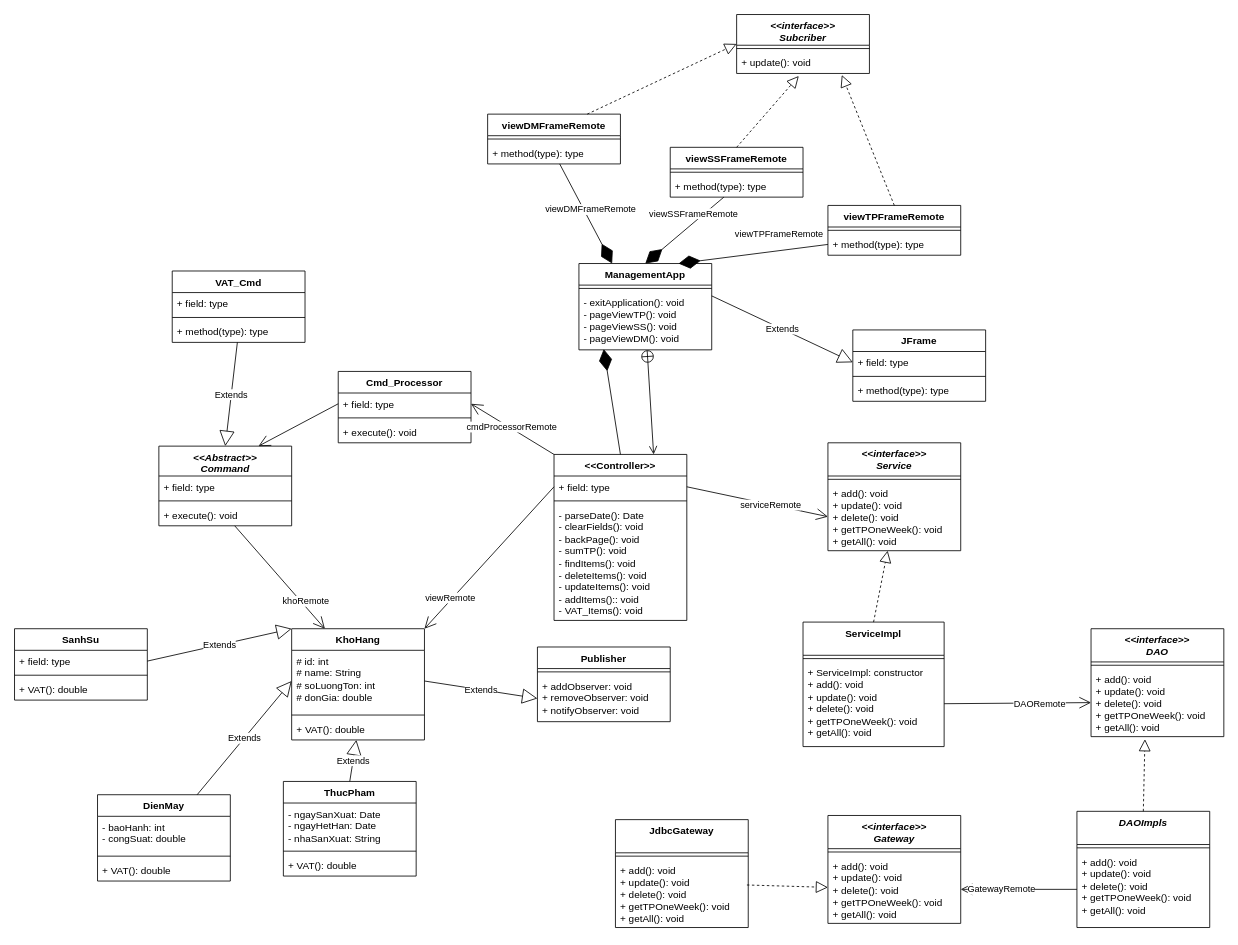
Before: page "AllGoods" (5 of 11) of Diagrams.drawio in TMChi3n/DesignPattern, a draw.io diagram. Source tidied: cells renumbered, new cells numbered last; positions are measured from the earlier drawing's top-left corner, leaving out a move shared by most shapes. Both pictures are drawn from the tidied source at 83%, with x=0, y=0 at pixel (14, 14).
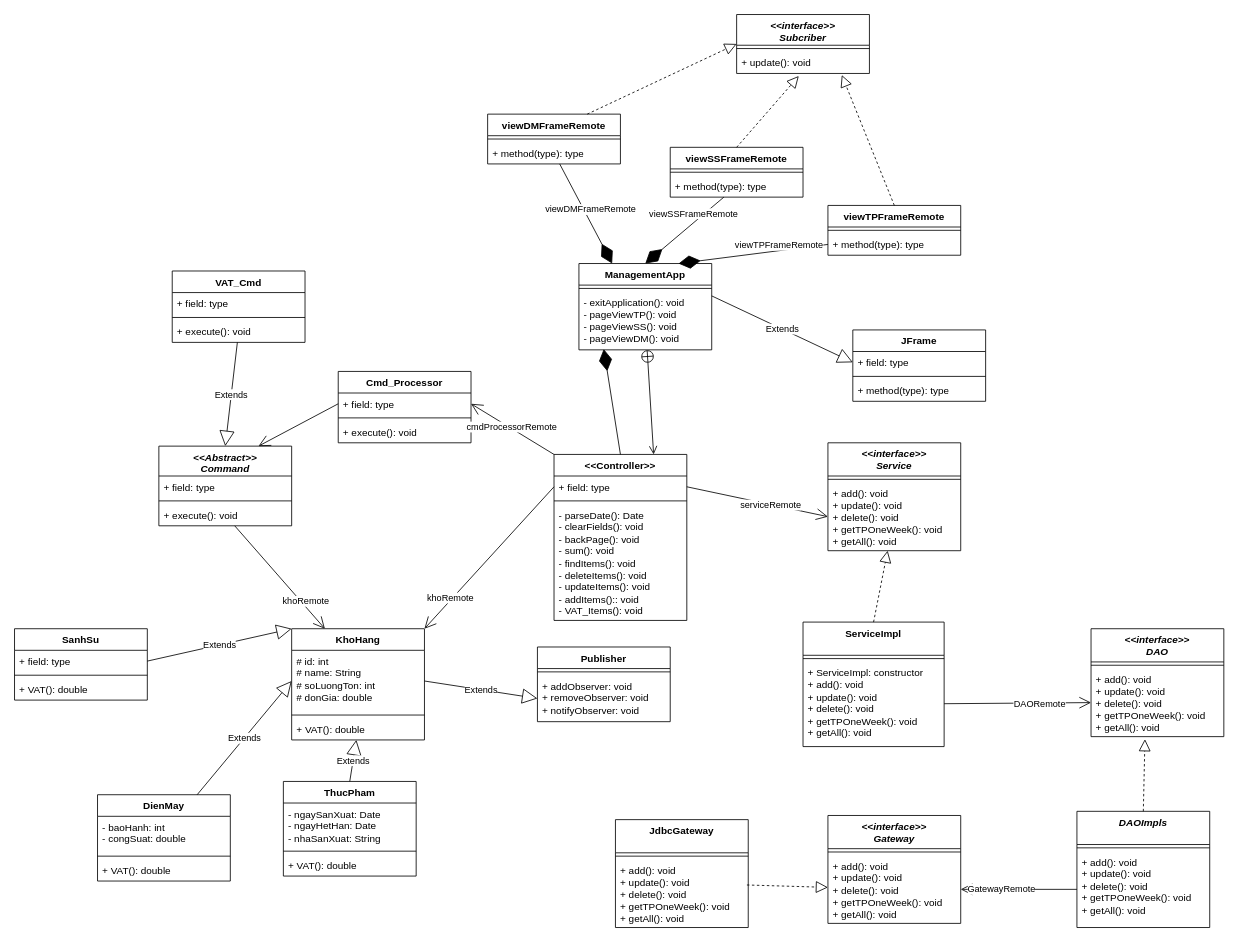
Above is the later version.

The change refers to these unchanged cells:
```xml
<mxCell id="9" value="&amp;lt;&amp;lt;Controller&amp;gt;&amp;gt;" style="swimlane;fontStyle=1;align=center;verticalAlign=top;horizontal=1;startSize=26;whiteSpace=wrap;html=1;" parent="1" vertex="1">
  <mxGeometry x="650" y="530" width="160" height="200" as="geometry" />
</mxCell>
<mxCell id="25" style="endArrow=diamondThin;endFill=1;endSize=24;html=1;rounded=0;entryX=0.75;entryY=0;entryDx=0;entryDy=0;exitX=0;exitY=0.5;exitDx=0;exitDy=0;" parent="1" edge="1" source="18" target="2">
  <mxGeometry relative="1" as="geometry" />
</mxCell>
<mxCell id="75" style="endArrow=open;endFill=1;endSize=12;html=1;rounded=0;entryX=1;entryY=0;entryDx=0;entryDy=0;exitX=0;exitY=0.5;exitDx=0;exitDy=0;" parent="1" edge="1" source="10" target="31">
  <mxGeometry relative="1" as="geometry" />
</mxCell>
<mxCell id="87" value="VAT_Cmd" style="swimlane;fontStyle=1;align=center;verticalAlign=top;horizontal=1;startSize=26;whiteSpace=wrap;html=1;" parent="1" vertex="1">
  <mxGeometry x="190" y="309" width="160" height="86" as="geometry" />
</mxCell>
```

Change to the diagram source:
```diff
@@
-    <mxCell id="12" value="- parseDate(): Date&lt;br style=&quot;border-color: var(--border-color); padding: 0px; margin: 0px;&quot;&gt;- clearFields(): void&lt;br style=&quot;border-color: var(--border-color); padding: 0px; margin: 0px;&quot;&gt;- backPage(): void&lt;br style=&quot;border-color: var(--border-color); padding: 0px; margin: 0px;&quot;&gt;- sumTP(): void&lt;br style=&quot;border-color: var(--border-color); padding: 0px; margin: 0px;&quot;&gt;- findItems(): void&lt;br style=&quot;border-color: var(--border-color); padding: 0px; margin: 0px;&quot;&gt;- deleteItems(): void&lt;br style=&quot;border-color: var(--border-color); padding: 0px; margin: 0px;&quot;&gt;- updateItems(): void&lt;br style=&quot;border-color: var(--border-color); padding: 0px; margin: 0px;&quot;&gt;- addItems():: void&lt;br style=&quot;border-color: var(--border-color); padding: 0px; margin: 0px;&quot;&gt;- VAT_Items(): void&lt;div style=&quot;border-color: var(--border-color); padding: 0px; margin: 0px;&quot;&gt;&lt;br style=&quot;border-color: var(--border-color); padding: 0px; margin: 0px;&quot;&gt;&lt;/div&gt;" style="text;strokeColor=none;fillColor=none;align=left;verticalAlign=top;spacingLeft=4;spacingRight=4;overflow=hidden;whiteSpace=wrap;html=1;" parent="9" vertex="1">
+    <mxCell id="12" value="- parseDate(): Date&lt;br style=&quot;padding: 0px ; margin: 0px&quot;&gt;- clearFields(): void&lt;br style=&quot;padding: 0px ; margin: 0px&quot;&gt;- backPage(): void&lt;br style=&quot;padding: 0px ; margin: 0px&quot;&gt;- sum(): void&lt;br style=&quot;padding: 0px ; margin: 0px&quot;&gt;- findItems(): void&lt;br style=&quot;padding: 0px ; margin: 0px&quot;&gt;- deleteItems(): void&lt;br style=&quot;padding: 0px ; margin: 0px&quot;&gt;- updateItems(): void&lt;br style=&quot;padding: 0px ; margin: 0px&quot;&gt;- addItems():: void&lt;br style=&quot;padding: 0px ; margin: 0px&quot;&gt;- VAT_Items(): void&lt;div style=&quot;padding: 0px ; margin: 0px&quot;&gt;&lt;br style=&quot;padding: 0px ; margin: 0px&quot;&gt;&lt;/div&gt;" style="text;strokeColor=none;fillColor=none;align=left;verticalAlign=top;spacingLeft=4;spacingRight=4;overflow=hidden;whiteSpace=wrap;html=1;" parent="9" vertex="1">
       <mxGeometry y="60" width="160" height="140" as="geometry" />
     </mxCell>
@@
     <mxCell id="26" value="viewTPFrameRemote" style="edgeLabel;html=1;align=center;verticalAlign=middle;" parent="25" vertex="1">
       <mxGeometry x="-0.22" y="-2" relative="1" as="geometry">
-        <mxPoint x="11" y="-20" as="offset" />
+        <mxPoint x="11" y="-7" as="offset" />
       </mxGeometry>
     </mxCell>
@@
-    <mxCell id="76" value="viewRemote" style="edgeLabel;html=1;align=center;verticalAlign=middle;" parent="75" vertex="1">
+    <mxCell id="76" value="khoRemote" style="edgeLabel;html=1;align=center;verticalAlign=middle;" parent="75" vertex="1">
       <mxGeometry x="0.4" y="2" relative="1" as="geometry">
         <mxPoint x="-18" y="13" as="offset" />
       </mxGeometry>
     </mxCell>
@@
-    <mxCell id="90" value="+ method(type): type" style="text;strokeColor=none;fillColor=none;align=left;verticalAlign=top;spacingLeft=4;spacingRight=4;overflow=hidden;points=[[0,0.5],[1,0.5]];portConstraint=eastwest;whiteSpace=wrap;html=1;" parent="87" vertex="1">
+    <mxCell id="90" value="+ execute(): void" style="text;strokeColor=none;fillColor=none;align=left;verticalAlign=top;spacingLeft=4;spacingRight=4;overflow=hidden;points=[[0,0.5],[1,0.5]];portConstraint=eastwest;whiteSpace=wrap;html=1;" parent="87" vertex="1">
       <mxGeometry y="60" width="160" height="26" as="geometry" />
     </mxCell>
```
